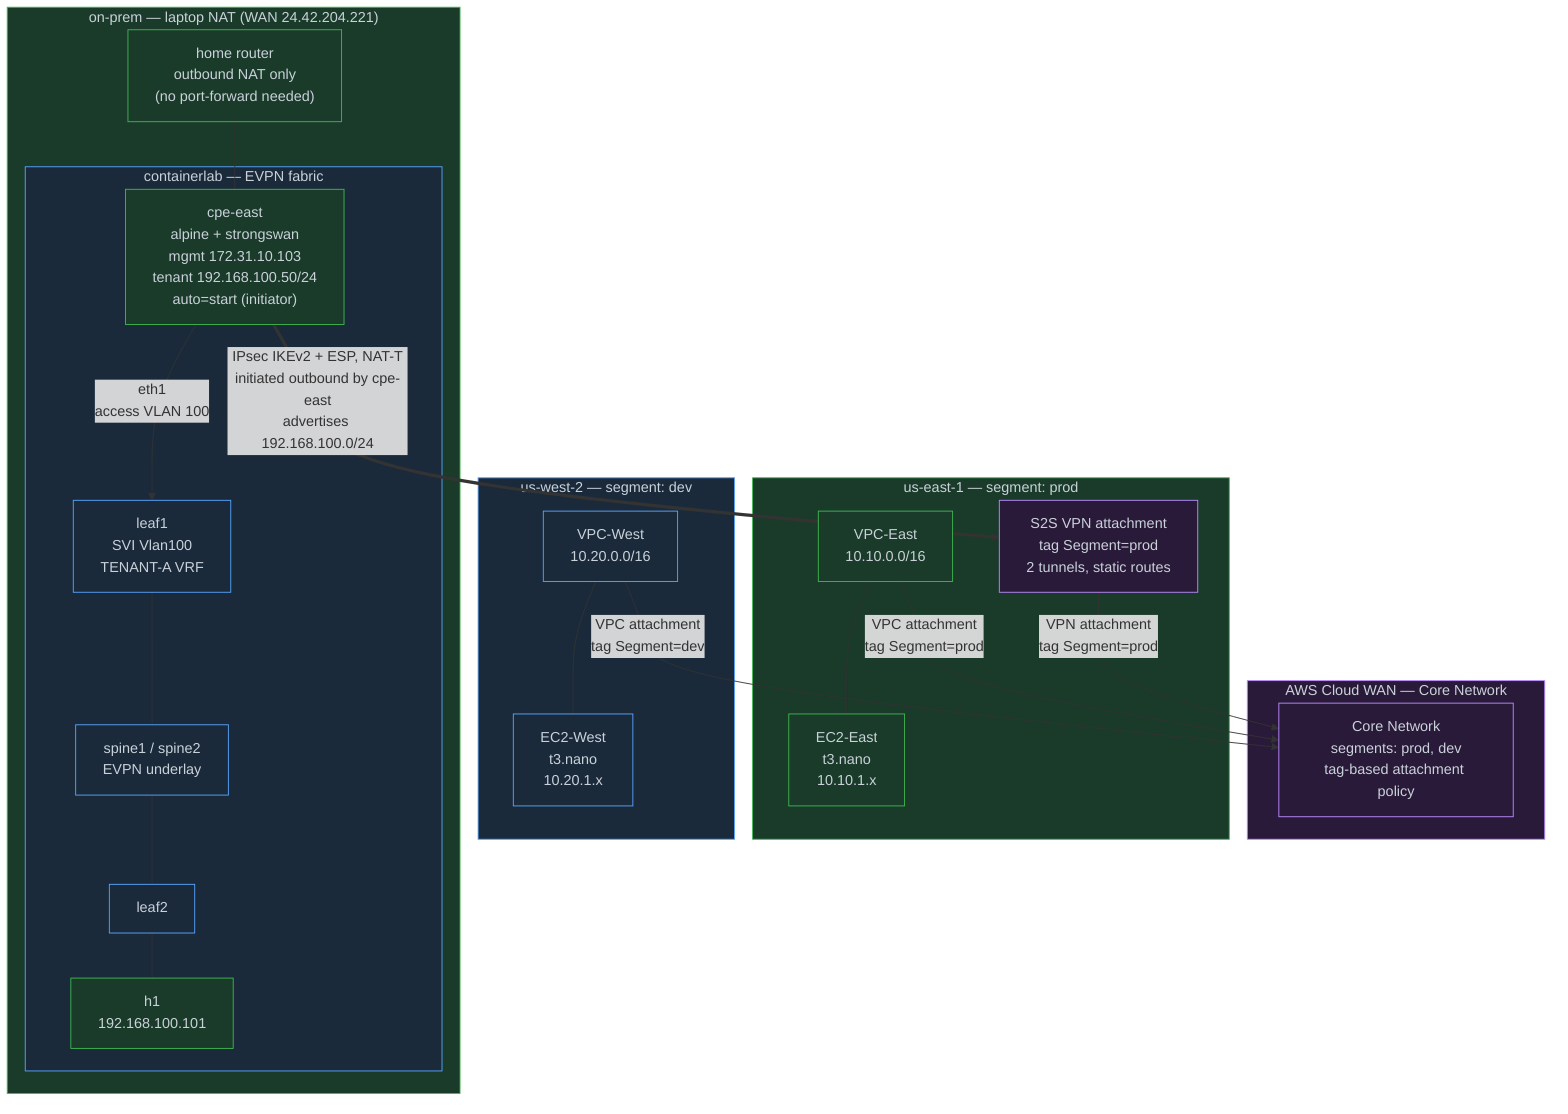
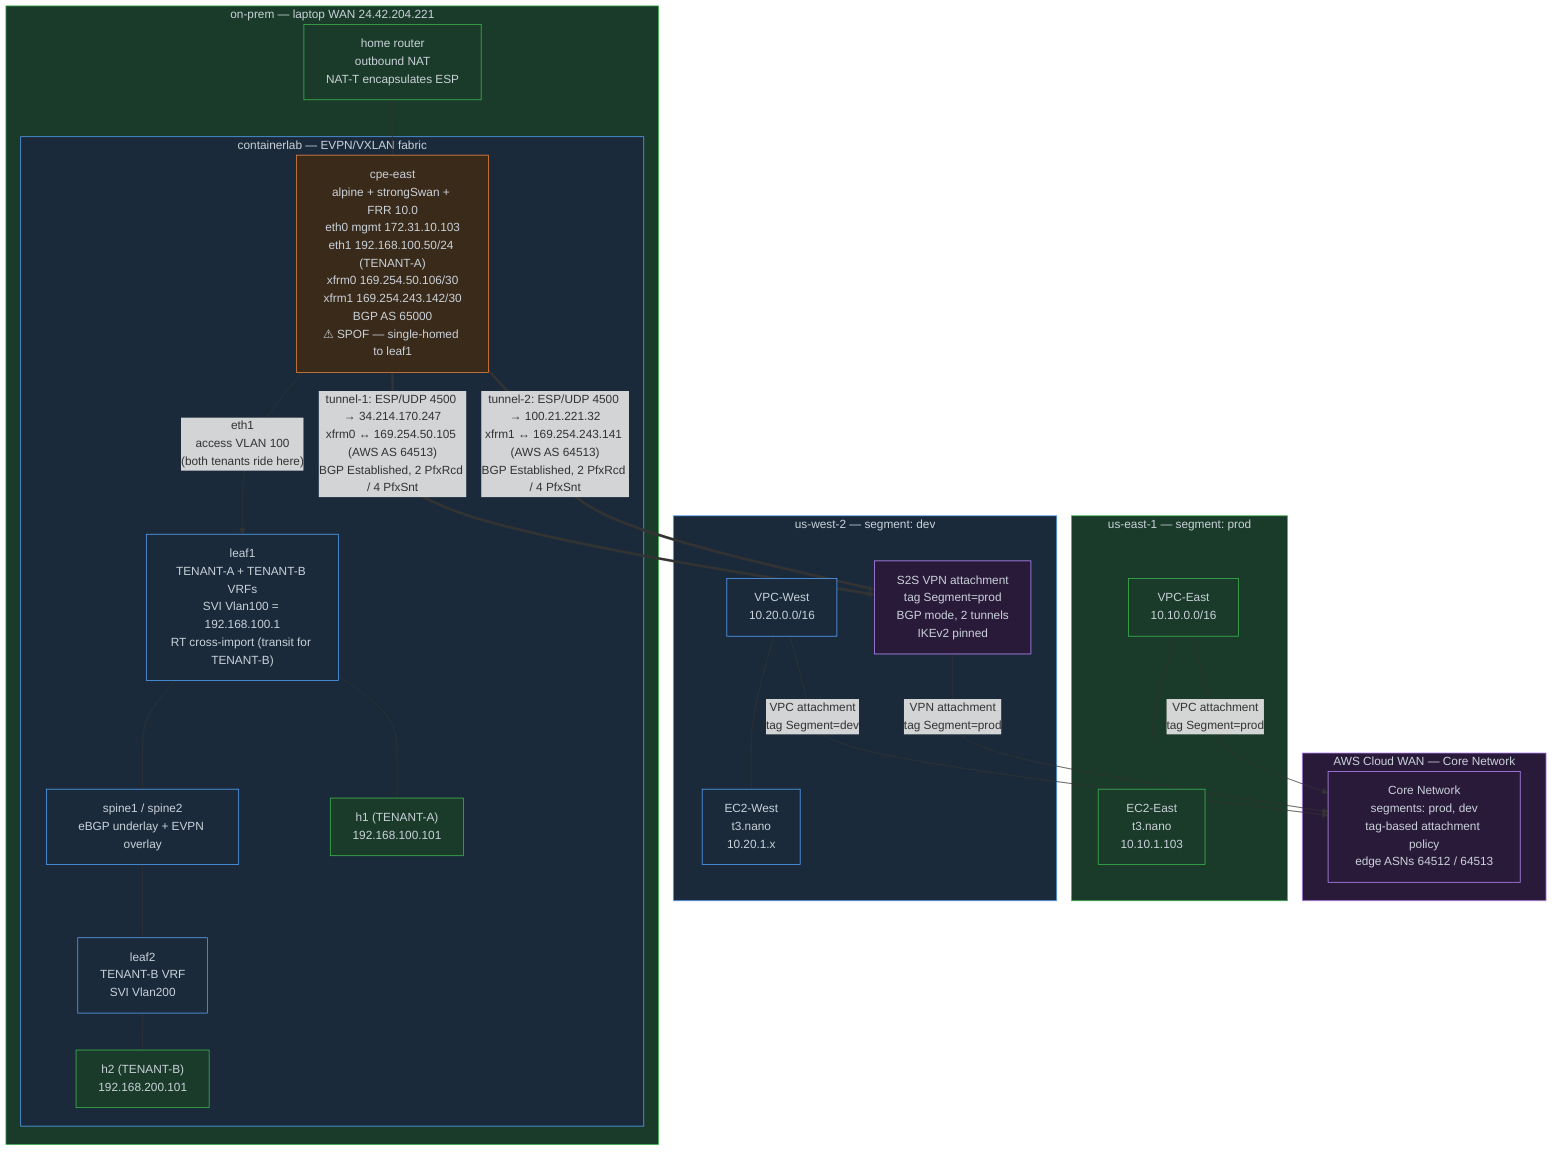
graph TB
    subgraph Fabric["AWS Cloud WAN — Core Network"]
-         CN["Core Network<br/>segments: prod, dev<br/>tag-based attachment policy"]
+         CN["Core Network<br/>segments: prod, dev<br/>tag-based attachment policy<br/>edge ASNs 64512 / 64513"]
    end

    subgraph East["us-east-1 — segment: prod"]
        VPCE["VPC-East<br/>10.10.0.0/16"]
-         E1["EC2-East<br/>t3.nano<br/>10.10.1.x"]
-         VPNA["S2S VPN attachment<br/>tag Segment=prod<br/>2 tunnels, static routes"]
+         E1["EC2-East<br/>t3.nano<br/>10.10.1.103"]
        VPCE --- E1
    end

    subgraph West["us-west-2 — segment: dev"]
        VPCW["VPC-West<br/>10.20.0.0/16"]
        W1["EC2-West<br/>t3.nano<br/>10.20.1.x"]
+         VPNA["S2S VPN attachment<br/>tag Segment=prod<br/>BGP mode, 2 tunnels<br/>IKEv2 pinned"]
        VPCW --- W1
    end

-     subgraph Home["on-prem — laptop NAT (WAN 24.42.204.221)"]
-         NAT["home router<br/>outbound NAT only<br/>(no port-forward needed)"]
-         subgraph Clab["containerlab — EVPN fabric"]
-             CPE["cpe-east<br/>alpine + strongswan<br/>mgmt 172.31.10.103<br/>tenant 192.168.100.50/24<br/>auto=start (initiator)"]
-             L1["leaf1<br/>SVI Vlan100<br/>TENANT-A VRF"]
-             SP["spine1 / spine2<br/>EVPN underlay"]
-             L2["leaf2"]
-             H1["h1<br/>192.168.100.101"]
-             CPE -- "eth1<br/>access VLAN 100" --> L1
+     subgraph Home["on-prem — laptop WAN 24.42.204.221"]
+         NAT["home router<br/>outbound NAT<br/>NAT-T encapsulates ESP"]
+         subgraph Clab["containerlab — EVPN/VXLAN fabric"]
+             CPE["cpe-east<br/>alpine + strongSwan + FRR 10.0<br/>eth0 mgmt 172.31.10.103<br/>eth1 192.168.100.50/24 (TENANT-A)<br/>xfrm0 169.254.50.106/30<br/>xfrm1 169.254.243.142/30<br/>BGP AS 65000<br/>⚠ SPOF — single-homed to leaf1"]
+             L1["leaf1<br/>TENANT-A + TENANT-B VRFs<br/>SVI Vlan100 = 192.168.100.1<br/>RT cross-import (transit for TENANT-B)"]
+             SP["spine1 / spine2<br/>eBGP underlay + EVPN overlay"]
+             L2["leaf2<br/>TENANT-B VRF<br/>SVI Vlan200"]
+             H1["h1 (TENANT-A)<br/>192.168.100.101"]
+             H2["h2 (TENANT-B)<br/>192.168.200.101"]
+             CPE -- "eth1<br/>access VLAN 100<br/>(both tenants ride here)" --> L1
            L1 --- SP
            SP --- L2
-             L2 --- H1
+             L1 --- H1
+             L2 --- H2
        end
        NAT --- CPE
    end

    VPCE -- "VPC attachment<br/>tag Segment=prod" --> CN
    VPCW -- "VPC attachment<br/>tag Segment=dev" --> CN
    VPNA -- "VPN attachment<br/>tag Segment=prod" --> CN
-     CPE == "IPsec IKEv2 + ESP, NAT-T<br/>initiated outbound by cpe-east<br/>advertises 192.168.100.0/24" ==> VPNA
+     CPE == "tunnel-1: ESP/UDP 4500 → 34.214.170.247<br/>xfrm0 ↔ 169.254.50.105 (AWS AS 64513)<br/>BGP Established, 2 PfxRcd / 4 PfxSnt" ==> VPNA
+     CPE == "tunnel-2: ESP/UDP 4500 → 100.21.221.32<br/>xfrm1 ↔ 169.254.243.141 (AWS AS 64513)<br/>BGP Established, 2 PfxRcd / 4 PfxSnt" ==> VPNA

    style Fabric fill:#2a1a3a,stroke:#bc8cff,color:#c9d1d9
    style East fill:#1a3a2a,stroke:#3fb950,color:#c9d1d9
    style West fill:#1a2a3a,stroke:#58a6ff,color:#c9d1d9
    style Home fill:#1a3a2a,stroke:#3fb950,color:#c9d1d9
    style Clab fill:#1a2a3a,stroke:#58a6ff,color:#c9d1d9
    style CN fill:#2a1a3a,stroke:#bc8cff,color:#c9d1d9
    style VPCE fill:#1a3a2a,stroke:#3fb950,color:#c9d1d9
    style VPCW fill:#1a2a3a,stroke:#58a6ff,color:#c9d1d9
    style E1 fill:#1a3a2a,stroke:#3fb950,color:#c9d1d9
    style W1 fill:#1a2a3a,stroke:#58a6ff,color:#c9d1d9
    style VPNA fill:#2a1a3a,stroke:#bc8cff,color:#c9d1d9
    style NAT fill:#1a3a2a,stroke:#3fb950,color:#c9d1d9
-     style CPE fill:#1a3a2a,stroke:#3fb950,color:#c9d1d9
+     style CPE fill:#3a2a1a,stroke:#f0883e,color:#c9d1d9
    style L1 fill:#1a2a3a,stroke:#58a6ff,color:#c9d1d9
    style L2 fill:#1a2a3a,stroke:#58a6ff,color:#c9d1d9
    style SP fill:#1a2a3a,stroke:#58a6ff,color:#c9d1d9
    style H1 fill:#1a3a2a,stroke:#3fb950,color:#c9d1d9
+     style H2 fill:#1a3a2a,stroke:#3fb950,color:#c9d1d9
